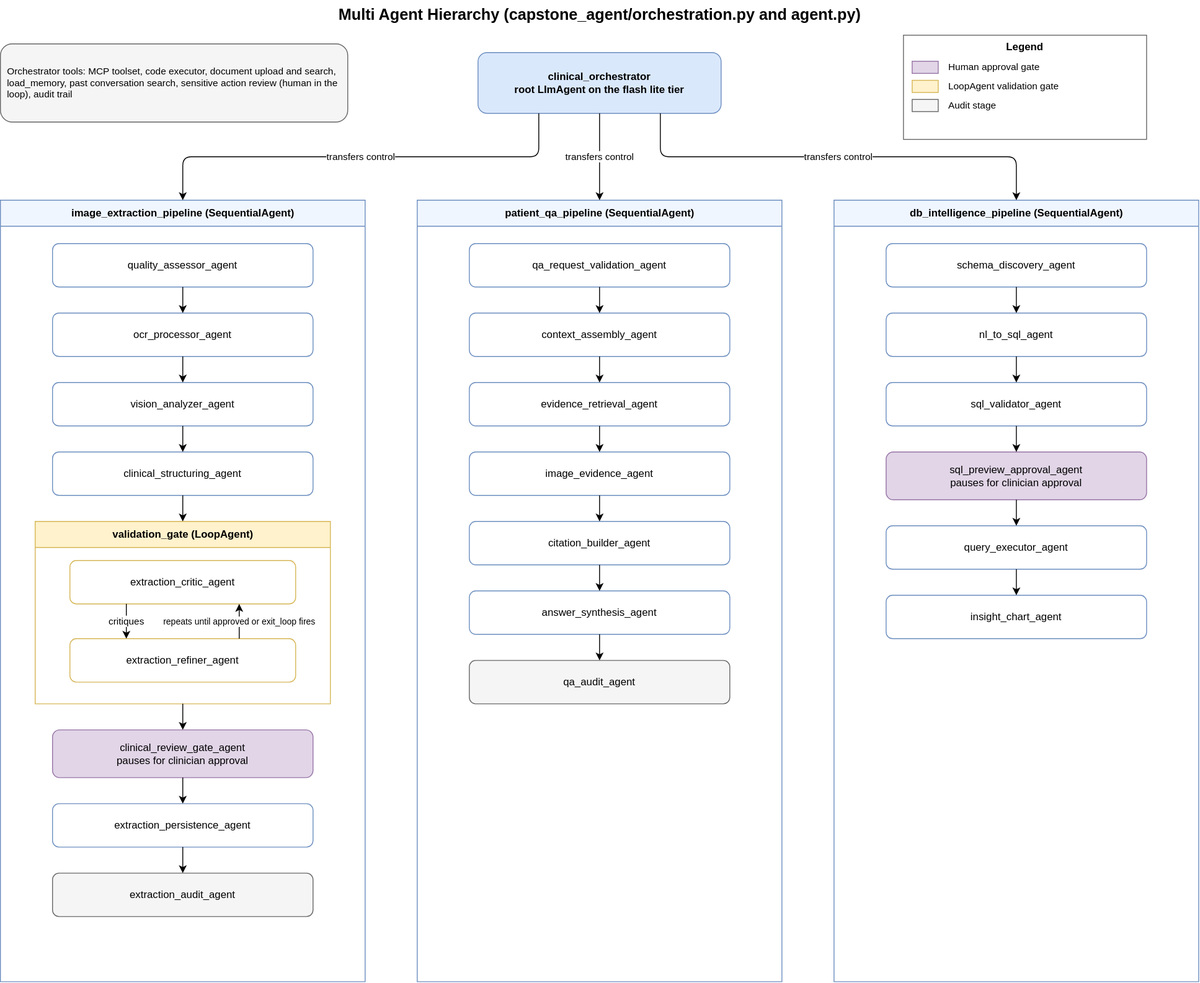
Earlier version of the draw.io export frontend/public/diagrams/svg/06-agent-hierarchy.svg (GeorgiNaydenov/Google-Capstone-Project). Source tidied: cells renumbered, new cells last; positions are measured from the earlier drawing's top-left corner, leaving out a move shared by most shapes.
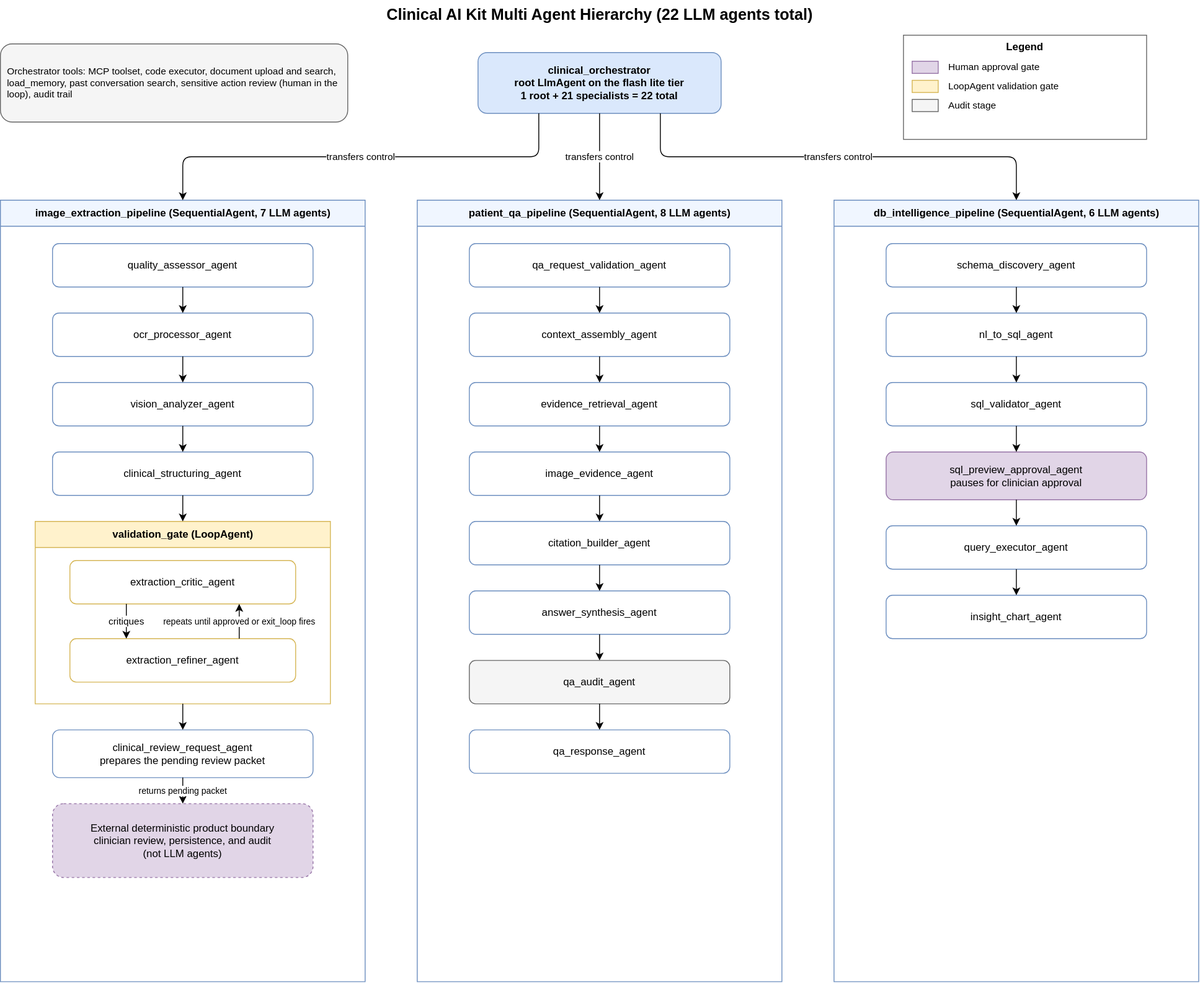
Later version of the same file.

What changed in the source:
```diff
@@ -2,16 +2,16 @@
   <root>
     <mxCell id="0" />
     <mxCell id="1" parent="0" />
-    <mxCell id="2" value="Multi Agent Hierarchy (capstone_agent/orchestration.py and agent.py)" style="text;html=1;fontSize=18;fontStyle=1;align=center;" parent="1" vertex="1">
+    <mxCell id="2" value="Clinical AI Kit Multi Agent Hierarchy (22 LLM agents total)" style="text;html=1;fontSize=18;fontStyle=1;align=center;" parent="1" vertex="1">
       <mxGeometry x="340" width="700" height="30" as="geometry" />
     </mxCell>
     <mxCell id="3" value="Orchestrator tools: MCP toolset, code executor, document upload and search, load_memory, past conversation search, sensitive action review (human in the loop), audit trail" style="rounded=1;whiteSpace=wrap;html=1;fillColor=#f5f5f5;strokeColor=#666666;fontSize=11;align=left;spacing=8;" parent="1" vertex="1">
       <mxGeometry y="50" width="400" height="90" as="geometry" />
     </mxCell>
-    <mxCell id="4" value="clinical_orchestrator&#10;root LlmAgent on the flash lite tier" style="rounded=1;whiteSpace=wrap;html=1;fillColor=#dae8fc;strokeColor=#6c8ebf;fontStyle=1;" parent="1" vertex="1">
+    <mxCell id="4" value="clinical_orchestrator&#10;root LlmAgent on the flash lite tier&#10;1 root + 21 specialists = 22 total" style="rounded=1;whiteSpace=wrap;html=1;fillColor=#dae8fc;strokeColor=#6c8ebf;fontStyle=1;" parent="1" vertex="1">
       <mxGeometry x="550" y="60" width="280" height="70" as="geometry" />
     </mxCell>
-    <mxCell id="5" value="image_extraction_pipeline (SequentialAgent)" style="swimlane;startSize=30;fillColor=#f0f6ff;strokeColor=#6c8ebf;html=1;fontStyle=1;" parent="1" vertex="1">
+    <mxCell id="5" value="image_extraction_pipeline (SequentialAgent, 7 LLM agents)" style="swimlane;startSize=30;fillColor=#f0f6ff;strokeColor=#6c8ebf;html=1;fontStyle=1;" parent="1" vertex="1">
       <mxGeometry y="230" width="420" height="900" as="geometry" />
     </mxCell>
     <mxCell id="6" value="quality_assessor_agent" style="rounded=1;whiteSpace=wrap;html=1;fillColor=#ffffff;strokeColor=#6c8ebf;" parent="5" vertex="1">
@@ -35,16 +35,13 @@
     <mxCell id="12" value="extraction_refiner_agent" style="rounded=1;whiteSpace=wrap;html=1;fillColor=#ffffff;strokeColor=#d6b656;" parent="10" vertex="1">
       <mxGeometry x="40" y="135" width="260" height="50" as="geometry" />
     </mxCell>
-    <mxCell id="13" value="clinical_review_gate_agent&#10;pauses for clinician approval" style="rounded=1;whiteSpace=wrap;html=1;fillColor=#e1d5e7;strokeColor=#9673a6;" parent="5" vertex="1">
+    <mxCell id="13" value="clinical_review_request_agent&#10;prepares the pending review packet" style="rounded=1;whiteSpace=wrap;html=1;fillColor=#ffffff;strokeColor=#6c8ebf;" parent="5" vertex="1">
       <mxGeometry x="60" y="610" width="300" height="55" as="geometry" />
     </mxCell>
-    <mxCell id="14" value="extraction_persistence_agent" style="rounded=1;whiteSpace=wrap;html=1;fillColor=#ffffff;strokeColor=#6c8ebf;" parent="5" vertex="1">
-      <mxGeometry x="60" y="695" width="300" height="50" as="geometry" />
+    <mxCell id="14" value="External deterministic product boundary&#10;clinician review, persistence, and audit&#10;(not LLM agents)" style="rounded=1;whiteSpace=wrap;html=1;fillColor=#e1d5e7;strokeColor=#9673a6;dashed=1;" parent="5" vertex="1">
+      <mxGeometry x="60" y="695" width="300" height="85" as="geometry" />
     </mxCell>
-    <mxCell id="15" value="extraction_audit_agent" style="rounded=1;whiteSpace=wrap;html=1;fillColor=#f5f5f5;strokeColor=#666666;" parent="5" vertex="1">
-      <mxGeometry x="60" y="775" width="300" height="50" as="geometry" />
-    </mxCell>
-    <mxCell id="16" value="patient_qa_pipeline (SequentialAgent)" style="swimlane;startSize=30;fillColor=#f0f6ff;strokeColor=#6c8ebf;html=1;fontStyle=1;" parent="1" vertex="1">
+    <mxCell id="16" value="patient_qa_pipeline (SequentialAgent, 8 LLM agents)" style="swimlane;startSize=30;fillColor=#f0f6ff;strokeColor=#6c8ebf;html=1;fontStyle=1;" parent="1" vertex="1">
       <mxGeometry x="480" y="230" width="420" height="900" as="geometry" />
     </mxCell>
     <mxCell id="17" value="qa_request_validation_agent" style="rounded=1;whiteSpace=wrap;html=1;fillColor=#ffffff;strokeColor=#6c8ebf;" parent="16" vertex="1">
@@ -68,7 +65,10 @@
     <mxCell id="23" value="qa_audit_agent" style="rounded=1;whiteSpace=wrap;html=1;fillColor=#f5f5f5;strokeColor=#666666;" parent="16" vertex="1">
       <mxGeometry x="60" y="530" width="300" height="50" as="geometry" />
     </mxCell>
+    <mxCell id="61" value="qa_response_agent" style="rounded=1;whiteSpace=wrap;html=1;fillColor=#ffffff;strokeColor=#6c8ebf;" parent="16" vertex="1">
+      <mxGeometry x="60" y="610" width="300" height="50" as="geometry" />
+    </mxCell>
-    <mxCell id="24" value="db_intelligence_pipeline (SequentialAgent)" style="swimlane;startSize=30;fillColor=#f0f6ff;strokeColor=#6c8ebf;html=1;fontStyle=1;" parent="1" vertex="1">
+    <mxCell id="24" value="db_intelligence_pipeline (SequentialAgent, 6 LLM agents)" style="swimlane;startSize=30;fillColor=#f0f6ff;strokeColor=#6c8ebf;html=1;fontStyle=1;" parent="1" vertex="1">
       <mxGeometry x="960" y="230" width="420" height="900" as="geometry" />
     </mxCell>
     <mxCell id="25" value="schema_discovery_agent" style="rounded=1;whiteSpace=wrap;html=1;fillColor=#ffffff;strokeColor=#6c8ebf;" parent="24" vertex="1">
@@ -150,12 +150,9 @@
     <mxCell id="47" style="edgeStyle=orthogonalEdgeStyle;rounded=1;jettySize=auto;html=1;exitX=0.5;exitY=1;entryX=0.5;entryY=0;" parent="1" edge="1" source="10" target="13">
       <mxGeometry relative="1" as="geometry" />
     </mxCell>
-    <mxCell id="48" style="edgeStyle=orthogonalEdgeStyle;rounded=1;jettySize=auto;html=1;exitX=0.5;exitY=1;entryX=0.5;entryY=0;" parent="1" edge="1" source="13" target="14">
+    <mxCell id="48" value="returns pending packet" style="edgeStyle=orthogonalEdgeStyle;rounded=1;jettySize=auto;html=1;exitX=0.5;exitY=1;entryX=0.5;entryY=0;labelBackgroundColor=#ffffff;fontSize=10;" parent="1" edge="1" source="13" target="14">
       <mxGeometry relative="1" as="geometry" />
     </mxCell>
-    <mxCell id="49" style="edgeStyle=orthogonalEdgeStyle;rounded=1;jettySize=auto;html=1;exitX=0.5;exitY=1;entryX=0.5;entryY=0;" parent="1" edge="1" source="14" target="15">
-      <mxGeometry relative="1" as="geometry" />
-    </mxCell>
     <mxCell id="50" style="edgeStyle=orthogonalEdgeStyle;rounded=1;jettySize=auto;html=1;exitX=0.5;exitY=1;entryX=0.5;entryY=0;" parent="1" edge="1" source="17" target="18">
       <mxGeometry relative="1" as="geometry" />
     </mxCell>
@@ -174,6 +171,9 @@
     <mxCell id="55" style="edgeStyle=orthogonalEdgeStyle;rounded=1;jettySize=auto;html=1;exitX=0.5;exitY=1;entryX=0.5;entryY=0;" parent="1" edge="1" source="22" target="23">
       <mxGeometry relative="1" as="geometry" />
     </mxCell>
+    <mxCell id="62" style="edgeStyle=orthogonalEdgeStyle;rounded=1;jettySize=auto;html=1;exitX=0.5;exitY=1;entryX=0.5;entryY=0;" parent="1" edge="1" source="23" target="61">
+      <mxGeometry relative="1" as="geometry" />
+    </mxCell>
     <mxCell id="56" style="edgeStyle=orthogonalEdgeStyle;rounded=1;jettySize=auto;html=1;exitX=0.5;exitY=1;entryX=0.5;entryY=0;" parent="1" edge="1" source="25" target="26">
       <mxGeometry relative="1" as="geometry" />
     </mxCell>
```
